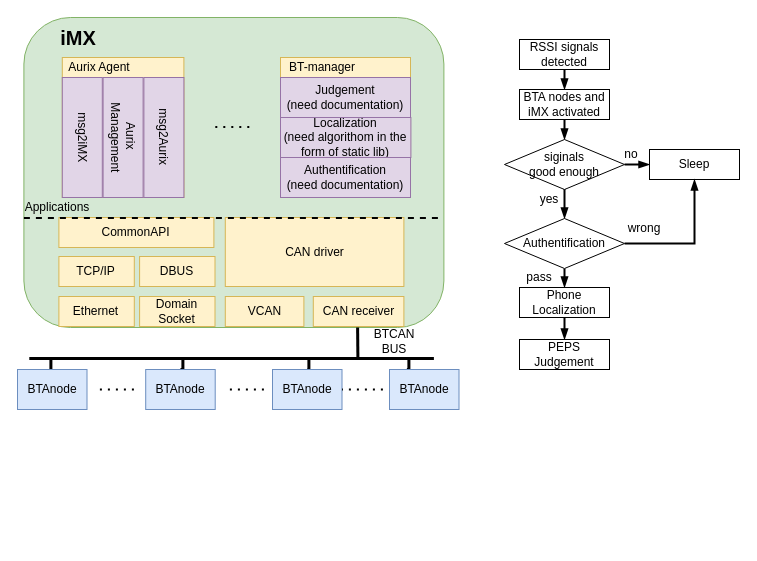
This is BT-manager.drawio from YukioZzz/Notebook, a draw.io file, before an edit. Source tidied: cells renumbered, new cells numbered last; positions are measured from the earlier drawing's top-left corner, leaving out a move shared by most shapes. Both pictures are drawn from the tidied source at 100%, with x=0, y=0 at pixel (17, 17).
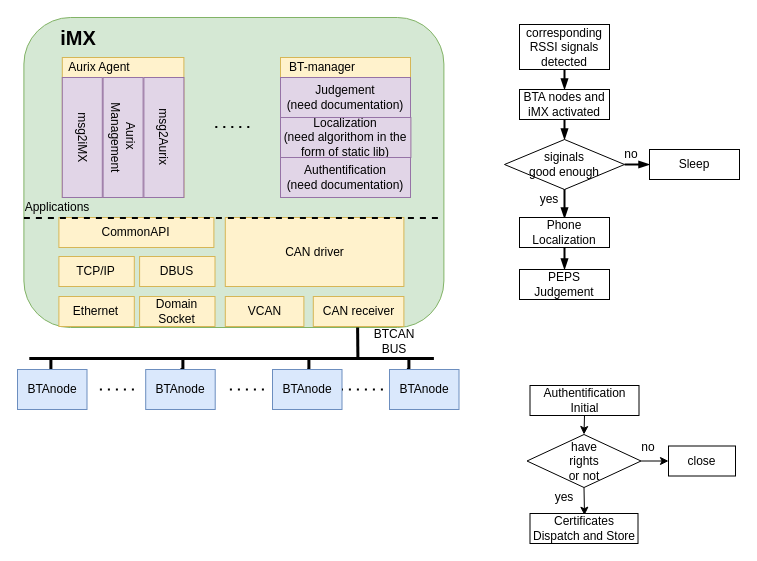
The same diagram, later.

Unchanged cells that the change refers to:
```xml
<mxCell id="51" value="Sleep" style="rounded=0;whiteSpace=wrap;html=1;gradientColor=none;fontColor=none;" parent="1" vertex="1">
  <mxGeometry x="632" y="132" width="90" height="30" as="geometry" />
</mxCell>
```

Diff of the diagram source:
```diff
@@
-    <mxCell id="40" value="RSSI signals detected" style="rounded=0;whiteSpace=wrap;html=1;gradientColor=none;fontColor=none;" parent="1" vertex="1">
-      <mxGeometry x="502" y="22" width="90" height="30" as="geometry" />
+    <mxCell id="40" value="corresponding RSSI signals detected" style="rounded=0;whiteSpace=wrap;html=1;gradientColor=none;fontColor=none;" parent="1" vertex="1">
+      <mxGeometry x="502" y="7" width="90" height="45" as="geometry" />
     </mxCell>
@@
-    <mxCell id="44" style="edgeStyle=orthogonalEdgeStyle;rounded=0;jettySize=auto;html=1;exitX=0.5;exitY=1;exitDx=0;exitDy=0;entryX=0.5;entryY=0;entryDx=0;entryDy=0;endArrow=blockThin;endFill=1;strokeWidth=2;fontColor=none;" parent="1" edge="1" target="46">
-      <mxGeometry relative="1" as="geometry">
-        <mxPoint x="547" y="251" as="sourcePoint" />
-      </mxGeometry>
-    </mxCell>
@@
     <mxCell id="46" value="Phone Localization" style="rounded=0;whiteSpace=wrap;html=1;gradientColor=none;fontColor=none;" parent="1" vertex="1">
-      <mxGeometry x="502" y="270" width="90" height="30" as="geometry" />
+      <mxGeometry x="502" y="200" width="90" height="30" as="geometry" />
     </mxCell>
     <mxCell id="47" value="PEPS Judgement" style="rounded=0;whiteSpace=wrap;html=1;gradientColor=none;fontColor=none;" parent="1" vertex="1">
-      <mxGeometry x="502" y="322" width="90" height="30" as="geometry" />
+      <mxGeometry x="502" y="252" width="90" height="30" as="geometry" />
     </mxCell>
@@
-    <mxCell id="53" style="edgeStyle=orthogonalEdgeStyle;rounded=0;jettySize=auto;html=1;exitX=1;exitY=0.5;exitDx=0;exitDy=0;exitPerimeter=0;entryX=0.5;entryY=1;entryDx=0;entryDy=0;endArrow=blockThin;endFill=1;strokeWidth=2;fontColor=none;" parent="1" edge="1" source="54" target="51">
-      <mxGeometry relative="1" as="geometry" />
-    </mxCell>
-    <mxCell id="54" value="Authentification" style="strokeWidth=1;html=1;shape=mxgraph.flowchart.decision;whiteSpace=wrap;rounded=0;gradientColor=none;fontColor=none;" parent="1" vertex="1">
-      <mxGeometry x="487" y="201" width="120" height="50" as="geometry" />
-    </mxCell>
-    <mxCell id="55" value="wrong" style="text;html=1;strokeColor=none;fillColor=none;align=center;verticalAlign=middle;whiteSpace=wrap;rounded=0;fontColor=none;" parent="1" vertex="1">
-      <mxGeometry x="607" y="201" width="40" height="20" as="geometry" />
-    </mxCell>
-    <mxCell id="56" value="pass" style="text;html=1;strokeColor=none;fillColor=none;align=center;verticalAlign=middle;whiteSpace=wrap;rounded=0;fontColor=none;" parent="1" vertex="1">
-      <mxGeometry x="502" y="250" width="40" height="20" as="geometry" />
-    </mxCell>
+    <mxCell id="57" value="close" style="rounded=0;whiteSpace=wrap;html=1;gradientColor=none;fontColor=none;" parent="1" vertex="1">
+      <mxGeometry x="651" y="428.5" width="67" height="30" as="geometry" />
+    </mxCell>
+    <mxCell id="58" style="edgeStyle=orthogonalEdgeStyle;rounded=0;jettySize=auto;html=1;exitX=0.5;exitY=1;exitDx=0;exitDy=0;entryX=0.5;entryY=0;entryDx=0;entryDy=0;" parent="1" edge="1" source="59" target="62">
+      <mxGeometry relative="1" as="geometry" />
+    </mxCell>
+    <mxCell id="59" value="Authentification Initial" style="rounded=0;whiteSpace=wrap;html=1;gradientColor=none;fontColor=none;" parent="1" vertex="1">
+      <mxGeometry x="512.5" y="368" width="109" height="30" as="geometry" />
+    </mxCell>
+    <mxCell id="60" style="edgeStyle=orthogonalEdgeStyle;rounded=0;jettySize=auto;html=1;exitX=0.5;exitY=1;exitDx=0;exitDy=0;" parent="1" edge="1" source="62">
+      <mxGeometry relative="1" as="geometry">
+        <mxPoint x="567" y="497.7" as="targetPoint" />
+      </mxGeometry>
+    </mxCell>
+    <mxCell id="61" style="edgeStyle=orthogonalEdgeStyle;rounded=0;jettySize=auto;html=1;exitX=1;exitY=0.5;exitDx=0;exitDy=0;entryX=0;entryY=0.5;entryDx=0;entryDy=0;" parent="1" edge="1" source="62" target="57">
+      <mxGeometry relative="1" as="geometry" />
+    </mxCell>
+    <mxCell id="62" value="have&lt;br&gt;rights&lt;br&gt;or not" style="rhombus;whiteSpace=wrap;html=1;" parent="1" vertex="1">
+      <mxGeometry x="509.5" y="417" width="114" height="53" as="geometry" />
+    </mxCell>
+    <mxCell id="63" value="Certificates Dispatch and Store" style="rounded=0;whiteSpace=wrap;html=1;gradientColor=none;fontColor=none;" parent="1" vertex="1">
+      <mxGeometry x="512.5" y="496" width="108" height="30" as="geometry" />
+    </mxCell>
+    <mxCell id="64" value="no" style="text;html=1;strokeColor=none;fillColor=none;align=center;verticalAlign=middle;whiteSpace=wrap;rounded=0;" parent="1" vertex="1">
+      <mxGeometry x="611" y="420" width="40" height="20" as="geometry" />
+    </mxCell>
+    <mxCell id="65" value="yes" style="text;html=1;strokeColor=none;fillColor=none;align=center;verticalAlign=middle;whiteSpace=wrap;rounded=0;" parent="1" vertex="1">
+      <mxGeometry x="527" y="470" width="40" height="20" as="geometry" />
+    </mxCell>
```
